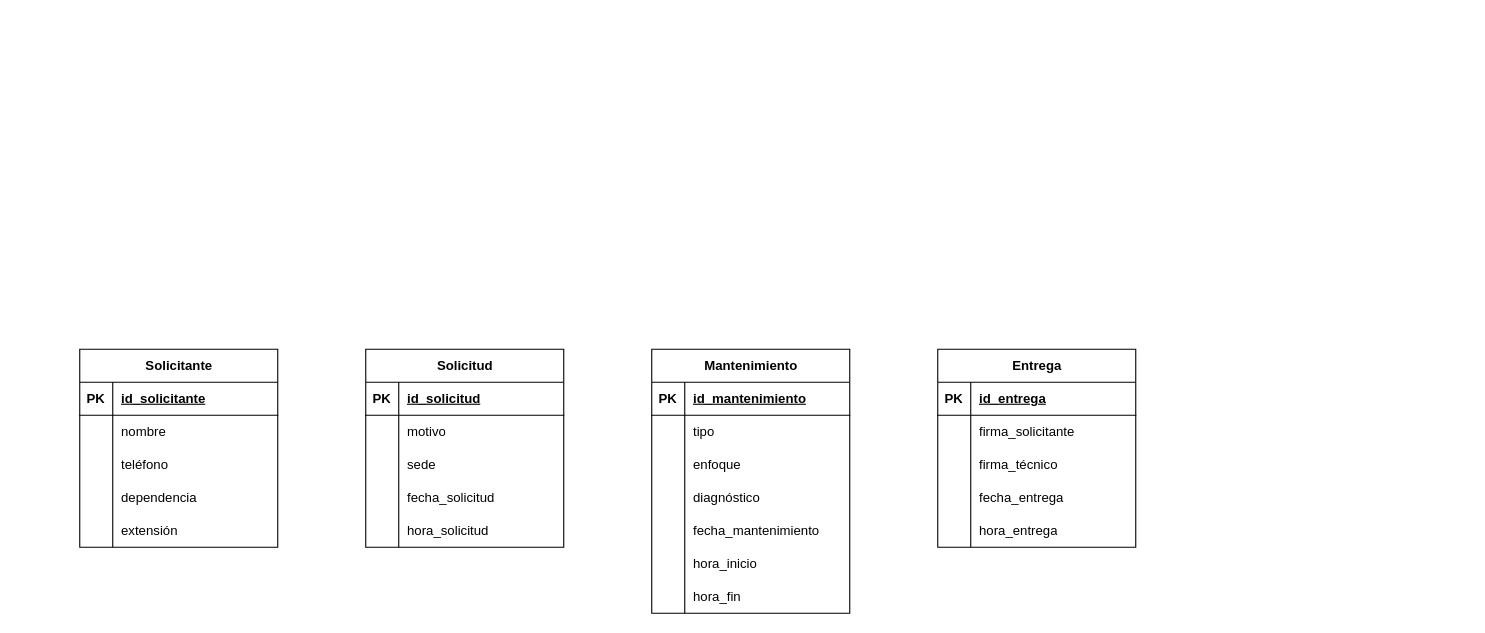
Earlier version of the draw.io diagram E-R Diagram Software and hardware maintenance.drawio (DevKike/maintenance_management_system). Source tidied: cells renumbered, new cells numbered last; positions are measured from the earlier drawing's top-left corner, leaving out a move shared by most shapes. Both pictures are drawn from the tidied source at 110%, with x=0, y=0 at pixel (79, 349).
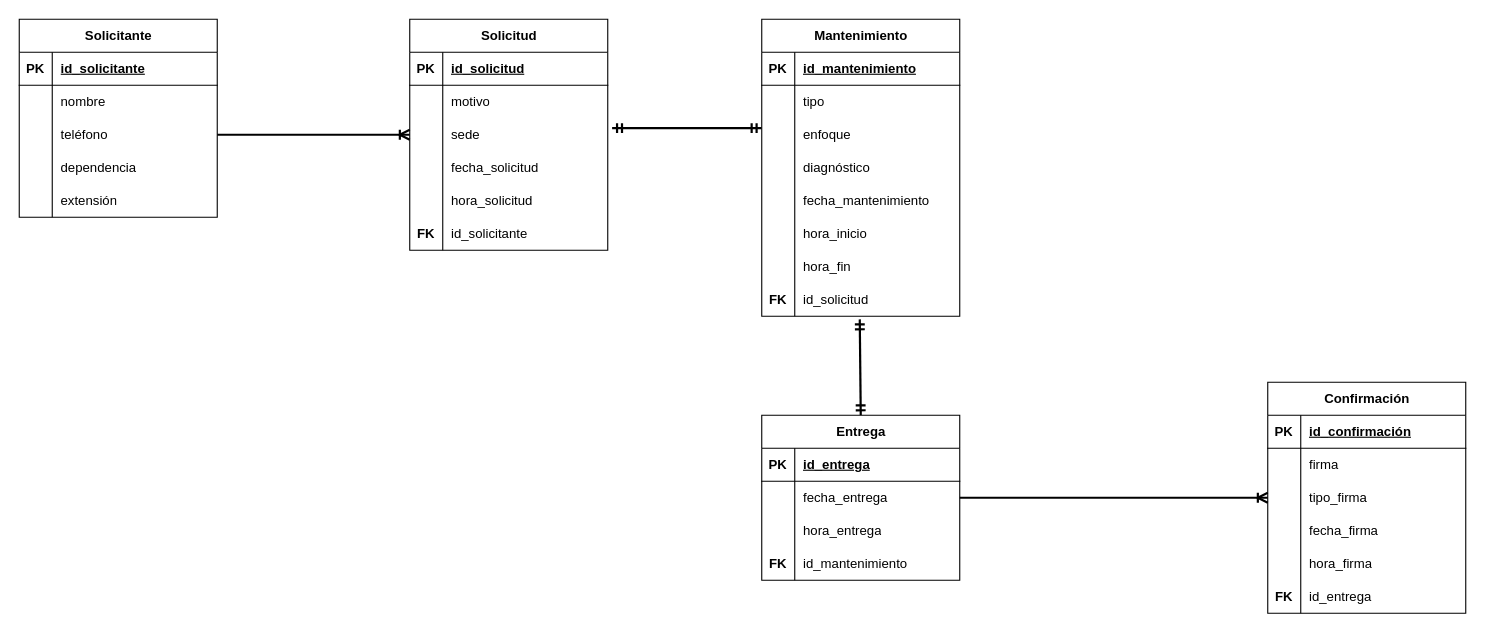
The same page after the edit.

Commit message:
Feat: add entities and relations

The change refers to these unchanged cells:
```xml
<mxCell id="9" style="shape=tableRow;horizontal=0;startSize=0;swimlaneHead=0;swimlaneBody=0;fillColor=none;points=[[0,0.5],[1,0.5]];portConstraint=eastwest;top=0;left=0;right=0;bottom=0;" parent="2" vertex="1">
  <mxGeometry y="90" width="180" height="30" as="geometry" />
</mxCell>
<mxCell id="25" style="shape=tableRow;horizontal=0;startSize=0;swimlaneHead=0;swimlaneBody=0;fillColor=none;points=[[0,0.5],[1,0.5]];portConstraint=eastwest;top=0;left=0;right=0;bottom=0;" parent="18" vertex="1">
  <mxGeometry y="90" width="180" height="30" as="geometry" />
</mxCell>
<mxCell id="41" style="shape=tableRow;horizontal=0;startSize=0;swimlaneHead=0;swimlaneBody=0;fillColor=none;points=[[0,0.5],[1,0.5]];portConstraint=eastwest;top=0;left=0;right=0;bottom=0;" parent="34" vertex="1">
  <mxGeometry y="90" width="180" height="30" as="geometry" />
</mxCell>
```

Diff of the diagram source:
```diff
@@
     <mxCell id="2" value="Solicitante" style="shape=table;startSize=30;childLayout=tableLayout;rowLines=0;fontStyle=1;align=center;html=1;" parent="1" vertex="1">
-      <mxGeometry width="180" height="180" as="geometry" />
+      <mxGeometry x="-55" y="-300" width="180" height="180" as="geometry" />
     </mxCell>
@@
     <mxCell id="18" value="Solicitud" style="shape=table;startSize=30;childLayout=tableLayout;rowLines=0;fontStyle=1;align=center;html=1;" parent="1" vertex="1">
-      <mxGeometry x="260" width="180" height="180" as="geometry" />
+      <mxGeometry x="300" y="-300" width="180" height="210" as="geometry" />
     </mxCell>
@@
+    <mxCell id="72" style="shape=tableRow;horizontal=0;startSize=0;swimlaneHead=0;swimlaneBody=0;fillColor=none;top=0;left=0;right=0;bottom=0;" parent="18" vertex="1">
+      <mxGeometry y="150" width="180" height="30" as="geometry" />
+    </mxCell>
+    <mxCell id="73" style="shape=partialRectangle;fillColor=none;top=0;left=0;bottom=0;right=0;overflow=hidden;whiteSpace=wrap;html=1;" parent="72" vertex="1">
+      <mxGeometry width="30" height="30" as="geometry" />
+    </mxCell>
+    <mxCell id="74" value="hora_solicitud" style="shape=partialRectangle;fillColor=none;top=0;left=0;bottom=0;right=0;align=left;spacingLeft=6;overflow=hidden;whiteSpace=wrap;html=1;" parent="72" vertex="1">
+      <mxGeometry x="30" width="150" height="30" as="geometry" />
+    </mxCell>
     <mxCell id="31" style="shape=tableRow;horizontal=0;startSize=0;swimlaneHead=0;swimlaneBody=0;fillColor=none;top=0;left=0;right=0;bottom=0;" parent="18" vertex="1">
-      <mxGeometry y="150" width="180" height="30" as="geometry" />
+      <mxGeometry y="180" width="180" height="30" as="geometry" />
     </mxCell>
-    <mxCell id="32" style="shape=partialRectangle;fillColor=none;top=0;left=0;bottom=0;right=0;overflow=hidden;whiteSpace=wrap;html=1;" parent="31" vertex="1">
+    <mxCell id="32" value="&lt;b&gt;FK&lt;/b&gt;" style="shape=partialRectangle;fillColor=none;top=0;left=0;bottom=0;right=0;overflow=hidden;whiteSpace=wrap;html=1;" parent="31" vertex="1">
       <mxGeometry width="30" height="30" as="geometry" />
     </mxCell>
-    <mxCell id="33" value="hora_solicitud" style="shape=partialRectangle;fillColor=none;top=0;left=0;bottom=0;right=0;align=left;spacingLeft=6;overflow=hidden;whiteSpace=wrap;html=1;" parent="31" vertex="1">
+    <mxCell id="33" value="id_solicitante" style="shape=partialRectangle;fillColor=none;top=0;left=0;bottom=0;right=0;align=left;spacingLeft=6;overflow=hidden;whiteSpace=wrap;html=1;" parent="31" vertex="1">
       <mxGeometry x="30" width="150" height="30" as="geometry" />
     </mxCell>
     <mxCell id="34" value="Mantenimiento" style="shape=table;startSize=30;childLayout=tableLayout;rowLines=0;fontStyle=1;align=center;html=1;" parent="1" vertex="1">
-      <mxGeometry x="520" width="180" height="240" as="geometry" />
+      <mxGeometry x="620" y="-300" width="180" height="270" as="geometry" />
     </mxCell>
@@
+    <mxCell id="75" style="shape=tableRow;horizontal=0;startSize=0;swimlaneHead=0;swimlaneBody=0;fillColor=none;points=[[0,0.5],[1,0.5]];portConstraint=eastwest;top=0;left=0;right=0;bottom=0;" parent="34" vertex="1">
+      <mxGeometry y="240" width="180" height="30" as="geometry" />
+    </mxCell>
+    <mxCell id="76" value="&lt;b&gt;FK&lt;/b&gt;" style="shape=partialRectangle;fillColor=none;top=0;left=0;bottom=0;right=0;overflow=hidden;whiteSpace=wrap;html=1;" parent="75" vertex="1">
+      <mxGeometry width="30" height="30" as="geometry" />
+    </mxCell>
+    <mxCell id="77" value="id_solicitud" style="shape=partialRectangle;fillColor=none;top=0;left=0;bottom=0;right=0;align=left;spacingLeft=6;overflow=hidden;whiteSpace=wrap;html=1;" parent="75" vertex="1">
+      <mxGeometry x="30" width="150" height="30" as="geometry" />
+    </mxCell>
+    <mxCell id="78" style="edgeStyle=entityRelationEdgeStyle;fontSize=12;html=1;endArrow=ERoneToMany;rounded=0;entryX=0;entryY=0.5;entryDx=0;entryDy=0;exitX=1;exitY=0.5;exitDx=0;exitDy=0;strokeWidth=2;" parent="1" edge="1" source="9" target="25">
+      <mxGeometry relative="1" as="geometry" />
+    </mxCell>
+    <mxCell id="79" style="fontSize=12;html=1;endArrow=ERmandOne;startArrow=ERmandOne;rounded=0;entryX=-0.001;entryY=0.3;entryDx=0;entryDy=0;exitX=1.022;exitY=0.3;exitDx=0;exitDy=0;exitPerimeter=0;entryPerimeter=0;strokeWidth=2;" parent="1" edge="1" source="25" target="41">
+      <mxGeometry relative="1" as="geometry" />
+    </mxCell>
+    <mxCell id="80" style="fontSize=12;html=1;endArrow=ERmandOne;startArrow=ERmandOne;rounded=0;exitX=0.495;exitY=1.095;exitDx=0;exitDy=0;exitPerimeter=0;entryX=0.5;entryY=0;entryDx=0;entryDy=0;strokeWidth=2;" parent="1" edge="1" source="75" target="56">
+      <mxGeometry relative="1" as="geometry" />
+    </mxCell>
+    <mxCell id="81" value="Confirmación" style="shape=table;startSize=30;childLayout=tableLayout;rowLines=0;fontStyle=1;align=center;html=1;" parent="1" vertex="1">
+      <mxGeometry x="1080" y="30" width="180" height="210" as="geometry" />
+    </mxCell>
+    <mxCell id="82" style="shape=tableRow;horizontal=0;startSize=0;swimlaneHead=0;swimlaneBody=0;fillColor=none;top=0;left=0;right=0;bottom=1;" parent="81" vertex="1">
+      <mxGeometry y="30" width="180" height="30" as="geometry" />
+    </mxCell>
+    <mxCell id="83" value="PK" style="shape=partialRectangle;fillColor=none;top=0;left=0;bottom=0;right=0;fontStyle=1;overflow=hidden;whiteSpace=wrap;html=1;" parent="82" vertex="1">
+      <mxGeometry width="30" height="30" as="geometry" />
+    </mxCell>
+    <mxCell id="84" value="id_confirmación" style="shape=partialRectangle;fillColor=none;top=0;left=0;bottom=0;right=0;align=left;spacingLeft=6;fontStyle=5;overflow=hidden;whiteSpace=wrap;html=1;" parent="82" vertex="1">
+      <mxGeometry x="30" width="150" height="30" as="geometry" />
+    </mxCell>
+    <mxCell id="85" style="shape=tableRow;horizontal=0;startSize=0;swimlaneHead=0;swimlaneBody=0;fillColor=none;top=0;left=0;right=0;bottom=0;" parent="81" vertex="1">
+      <mxGeometry y="60" width="180" height="30" as="geometry" />
+    </mxCell>
+    <mxCell id="86" style="shape=partialRectangle;fillColor=none;top=0;left=0;bottom=0;right=0;overflow=hidden;whiteSpace=wrap;html=1;" parent="85" vertex="1">
+      <mxGeometry width="30" height="30" as="geometry" />
+    </mxCell>
+    <mxCell id="87" value="firma" style="shape=partialRectangle;fillColor=none;top=0;left=0;bottom=0;right=0;align=left;spacingLeft=6;overflow=hidden;whiteSpace=wrap;html=1;" parent="85" vertex="1">
+      <mxGeometry x="30" width="150" height="30" as="geometry" />
+    </mxCell>
+    <mxCell id="88" style="shape=tableRow;horizontal=0;startSize=0;swimlaneHead=0;swimlaneBody=0;fillColor=none;points=[[0,0.5],[1,0.5]];portConstraint=eastwest;top=0;left=0;right=0;bottom=0;" parent="81" vertex="1">
+      <mxGeometry y="90" width="180" height="30" as="geometry" />
+    </mxCell>
+    <mxCell id="89" style="shape=partialRectangle;fillColor=none;top=0;left=0;bottom=0;right=0;overflow=hidden;whiteSpace=wrap;html=1;" parent="88" vertex="1">
+      <mxGeometry width="30" height="30" as="geometry" />
+    </mxCell>
+    <mxCell id="90" value="tipo_firma" style="shape=partialRectangle;fillColor=none;top=0;left=0;bottom=0;right=0;align=left;spacingLeft=6;overflow=hidden;whiteSpace=wrap;html=1;" parent="88" vertex="1">
+      <mxGeometry x="30" width="150" height="30" as="geometry" />
+    </mxCell>
+    <mxCell id="91" style="shape=tableRow;horizontal=0;startSize=0;swimlaneHead=0;swimlaneBody=0;fillColor=none;top=0;left=0;right=0;bottom=0;" parent="81" vertex="1">
+      <mxGeometry y="120" width="180" height="30" as="geometry" />
+    </mxCell>
+    <mxCell id="92" style="shape=partialRectangle;fillColor=none;top=0;left=0;bottom=0;right=0;overflow=hidden;whiteSpace=wrap;html=1;" parent="91" vertex="1">
+      <mxGeometry width="30" height="30" as="geometry" />
+    </mxCell>
+    <mxCell id="93" value="fecha_firma" style="shape=partialRectangle;fillColor=none;top=0;left=0;bottom=0;right=0;align=left;spacingLeft=6;overflow=hidden;whiteSpace=wrap;html=1;" parent="91" vertex="1">
+      <mxGeometry x="30" width="150" height="30" as="geometry" />
+    </mxCell>
+    <mxCell id="94" style="shape=tableRow;horizontal=0;startSize=0;swimlaneHead=0;swimlaneBody=0;fillColor=none;top=0;left=0;right=0;bottom=0;" parent="81" vertex="1">
+      <mxGeometry y="150" width="180" height="30" as="geometry" />
+    </mxCell>
+    <mxCell id="95" style="shape=partialRectangle;fillColor=none;top=0;left=0;bottom=0;right=0;overflow=hidden;whiteSpace=wrap;html=1;" parent="94" vertex="1">
+      <mxGeometry width="30" height="30" as="geometry" />
+    </mxCell>
+    <mxCell id="96" value="hora_firma" style="shape=partialRectangle;fillColor=none;top=0;left=0;bottom=0;right=0;align=left;spacingLeft=6;overflow=hidden;whiteSpace=wrap;html=1;" parent="94" vertex="1">
+      <mxGeometry x="30" width="150" height="30" as="geometry" />
+    </mxCell>
+    <mxCell id="97" style="shape=tableRow;horizontal=0;startSize=0;swimlaneHead=0;swimlaneBody=0;fillColor=none;top=0;left=0;right=0;bottom=0;" parent="81" vertex="1">
+      <mxGeometry y="180" width="180" height="30" as="geometry" />
+    </mxCell>
+    <mxCell id="98" value="&lt;b&gt;FK&lt;/b&gt;" style="shape=partialRectangle;fillColor=none;top=0;left=0;bottom=0;right=0;overflow=hidden;whiteSpace=wrap;html=1;" parent="97" vertex="1">
+      <mxGeometry width="30" height="30" as="geometry" />
+    </mxCell>
+    <mxCell id="99" value="id_entrega" style="shape=partialRectangle;fillColor=none;top=0;left=0;bottom=0;right=0;align=left;spacingLeft=6;overflow=hidden;whiteSpace=wrap;html=1;" parent="97" vertex="1">
+      <mxGeometry x="30" width="150" height="30" as="geometry" />
+    </mxCell>
     <mxCell id="56" value="Entrega" style="shape=table;startSize=30;childLayout=tableLayout;rowLines=0;fontStyle=1;align=center;html=1;" parent="1" vertex="1">
-      <mxGeometry x="780" width="180" height="180" as="geometry" />
+      <mxGeometry x="620" y="60" width="180" height="150" as="geometry" />
     </mxCell>
-    <mxCell id="57" style="shape=tableRow;horizontal=0;startSize=0;swimlaneHead=0;swimlaneBody=0;fillColor=none;top=0;left=0;right=0;bottom=1;" parent="56" vertex="1">
-      <mxGeometry y="30" width="180" height="30" as="geometry" />
-    </mxCell>
-    <mxCell id="58" value="PK" style="shape=partialRectangle;fillColor=none;top=0;left=0;bottom=0;right=0;fontStyle=1;overflow=hidden;whiteSpace=wrap;html=1;" parent="57" vertex="1">
-      <mxGeometry width="30" height="30" as="geometry" />
-    </mxCell>
+    <mxCell id="100" style="shape=tableRow;horizontal=0;startSize=0;swimlaneHead=0;swimlaneBody=0;fillColor=none;top=0;left=0;right=0;bottom=1;" parent="56" vertex="1">
+      <mxGeometry y="30" width="180" height="30" as="geometry" />
+    </mxCell>
+    <mxCell id="101" value="PK" style="shape=partialRectangle;fillColor=none;top=0;left=0;bottom=0;right=0;fontStyle=1;overflow=hidden;whiteSpace=wrap;html=1;" parent="100" vertex="1">
+      <mxGeometry width="30" height="30" as="geometry" />
+    </mxCell>
-    <mxCell id="59" value="id_entrega" style="shape=partialRectangle;fillColor=none;top=0;left=0;bottom=0;right=0;align=left;spacingLeft=6;fontStyle=5;overflow=hidden;whiteSpace=wrap;html=1;" parent="57" vertex="1">
+    <mxCell id="59" value="id_entrega" style="shape=partialRectangle;fillColor=none;top=0;left=0;bottom=0;right=0;align=left;spacingLeft=6;fontStyle=5;overflow=hidden;whiteSpace=wrap;html=1;" parent="100" vertex="1">
       <mxGeometry x="30" width="150" height="30" as="geometry" />
     </mxCell>
-    <mxCell id="60" style="shape=tableRow;horizontal=0;startSize=0;swimlaneHead=0;swimlaneBody=0;fillColor=none;top=0;left=0;right=0;bottom=0;" parent="56" vertex="1">
-      <mxGeometry y="60" width="180" height="30" as="geometry" />
-    </mxCell>
-    <mxCell id="61" style="shape=partialRectangle;fillColor=none;top=0;left=0;bottom=0;right=0;overflow=hidden;whiteSpace=wrap;html=1;" parent="60" vertex="1">
-      <mxGeometry width="30" height="30" as="geometry" />
-    </mxCell>
-    <mxCell id="62" value="firma_solicitante" style="shape=partialRectangle;fillColor=none;top=0;left=0;bottom=0;right=0;align=left;spacingLeft=6;overflow=hidden;whiteSpace=wrap;html=1;" parent="60" vertex="1">
-      <mxGeometry x="30" width="150" height="30" as="geometry" />
-    </mxCell>
-    <mxCell id="63" style="shape=tableRow;horizontal=0;startSize=0;swimlaneHead=0;swimlaneBody=0;fillColor=none;top=0;left=0;right=0;bottom=0;" parent="56" vertex="1">
-      <mxGeometry y="90" width="180" height="30" as="geometry" />
-    </mxCell>
-    <mxCell id="64" style="shape=partialRectangle;fillColor=none;top=0;left=0;bottom=0;right=0;overflow=hidden;whiteSpace=wrap;html=1;" parent="63" vertex="1">
-      <mxGeometry width="30" height="30" as="geometry" />
-    </mxCell>
-    <mxCell id="65" value="firma_técnico" style="shape=partialRectangle;fillColor=none;top=0;left=0;bottom=0;right=0;align=left;spacingLeft=6;overflow=hidden;whiteSpace=wrap;html=1;" parent="63" vertex="1">
-      <mxGeometry x="30" width="150" height="30" as="geometry" />
-    </mxCell>
-    <mxCell id="66" style="shape=tableRow;horizontal=0;startSize=0;swimlaneHead=0;swimlaneBody=0;fillColor=none;top=0;left=0;right=0;bottom=0;" parent="56" vertex="1">
-      <mxGeometry y="120" width="180" height="30" as="geometry" />
-    </mxCell>
-    <mxCell id="67" style="shape=partialRectangle;fillColor=none;top=0;left=0;bottom=0;right=0;overflow=hidden;whiteSpace=wrap;html=1;" parent="66" vertex="1">
-      <mxGeometry width="30" height="30" as="geometry" />
-    </mxCell>
+    <mxCell id="102" style="shape=tableRow;horizontal=0;startSize=0;swimlaneHead=0;swimlaneBody=0;fillColor=none;points=[[0,0.5],[1,0.5]];portConstraint=eastwest;top=0;left=0;right=0;bottom=0;" parent="56" vertex="1">
+      <mxGeometry y="60" width="180" height="30" as="geometry" />
+    </mxCell>
+    <mxCell id="103" style="shape=partialRectangle;fillColor=none;top=0;left=0;bottom=0;right=0;overflow=hidden;whiteSpace=wrap;html=1;" parent="102" vertex="1">
+      <mxGeometry width="30" height="30" as="geometry" />
+    </mxCell>
-    <mxCell id="68" value="fecha_entrega" style="shape=partialRectangle;fillColor=none;top=0;left=0;bottom=0;right=0;align=left;spacingLeft=6;overflow=hidden;whiteSpace=wrap;html=1;" parent="66" vertex="1">
+    <mxCell id="68" value="fecha_entrega" style="shape=partialRectangle;fillColor=none;top=0;left=0;bottom=0;right=0;align=left;spacingLeft=6;overflow=hidden;whiteSpace=wrap;html=1;" parent="102" vertex="1">
       <mxGeometry x="30" width="150" height="30" as="geometry" />
     </mxCell>
-    <mxCell id="69" style="shape=tableRow;horizontal=0;startSize=0;swimlaneHead=0;swimlaneBody=0;fillColor=none;top=0;left=0;right=0;bottom=0;" parent="56" vertex="1">
-      <mxGeometry y="150" width="180" height="30" as="geometry" />
-    </mxCell>
-    <mxCell id="70" style="shape=partialRectangle;fillColor=none;top=0;left=0;bottom=0;right=0;overflow=hidden;whiteSpace=wrap;html=1;" parent="69" vertex="1">
-      <mxGeometry width="30" height="30" as="geometry" />
-    </mxCell>
+    <mxCell id="104" style="shape=tableRow;horizontal=0;startSize=0;swimlaneHead=0;swimlaneBody=0;fillColor=none;top=0;left=0;right=0;bottom=0;" parent="56" vertex="1">
+      <mxGeometry y="90" width="180" height="30" as="geometry" />
+    </mxCell>
+    <mxCell id="105" style="shape=partialRectangle;fillColor=none;top=0;left=0;bottom=0;right=0;overflow=hidden;whiteSpace=wrap;html=1;" parent="104" vertex="1">
+      <mxGeometry width="30" height="30" as="geometry" />
+    </mxCell>
-    <mxCell id="71" value="hora_entrega" style="shape=partialRectangle;fillColor=none;top=0;left=0;bottom=0;right=0;align=left;spacingLeft=6;overflow=hidden;whiteSpace=wrap;html=1;" parent="69" vertex="1">
+    <mxCell id="71" value="hora_entrega" style="shape=partialRectangle;fillColor=none;top=0;left=0;bottom=0;right=0;align=left;spacingLeft=6;overflow=hidden;whiteSpace=wrap;html=1;" parent="104" vertex="1">
       <mxGeometry x="30" width="150" height="30" as="geometry" />
     </mxCell>
+    <mxCell id="106" style="shape=tableRow;horizontal=0;startSize=0;swimlaneHead=0;swimlaneBody=0;fillColor=none;top=0;left=0;right=0;bottom=0;" parent="56" vertex="1">
+      <mxGeometry y="120" width="180" height="30" as="geometry" />
+    </mxCell>
+    <mxCell id="107" value="&lt;b&gt;FK&lt;/b&gt;" style="shape=partialRectangle;fillColor=none;top=0;left=0;bottom=0;right=0;overflow=hidden;whiteSpace=wrap;html=1;" parent="106" vertex="1">
+      <mxGeometry width="30" height="30" as="geometry" />
+    </mxCell>
+    <mxCell id="108" value="id_mantenimiento" style="shape=partialRectangle;fillColor=none;top=0;left=0;bottom=0;right=0;align=left;spacingLeft=6;overflow=hidden;whiteSpace=wrap;html=1;" parent="106" vertex="1">
+      <mxGeometry x="30" width="150" height="30" as="geometry" />
+    </mxCell>
+    <mxCell id="109" style="edgeStyle=entityRelationEdgeStyle;fontSize=12;html=1;endArrow=ERoneToMany;rounded=0;exitX=1;exitY=0.5;exitDx=0;exitDy=0;entryX=0;entryY=0.5;entryDx=0;entryDy=0;strokeWidth=2;" parent="1" edge="1" source="102" target="88">
+      <mxGeometry relative="1" as="geometry" />
+    </mxCell>
```
